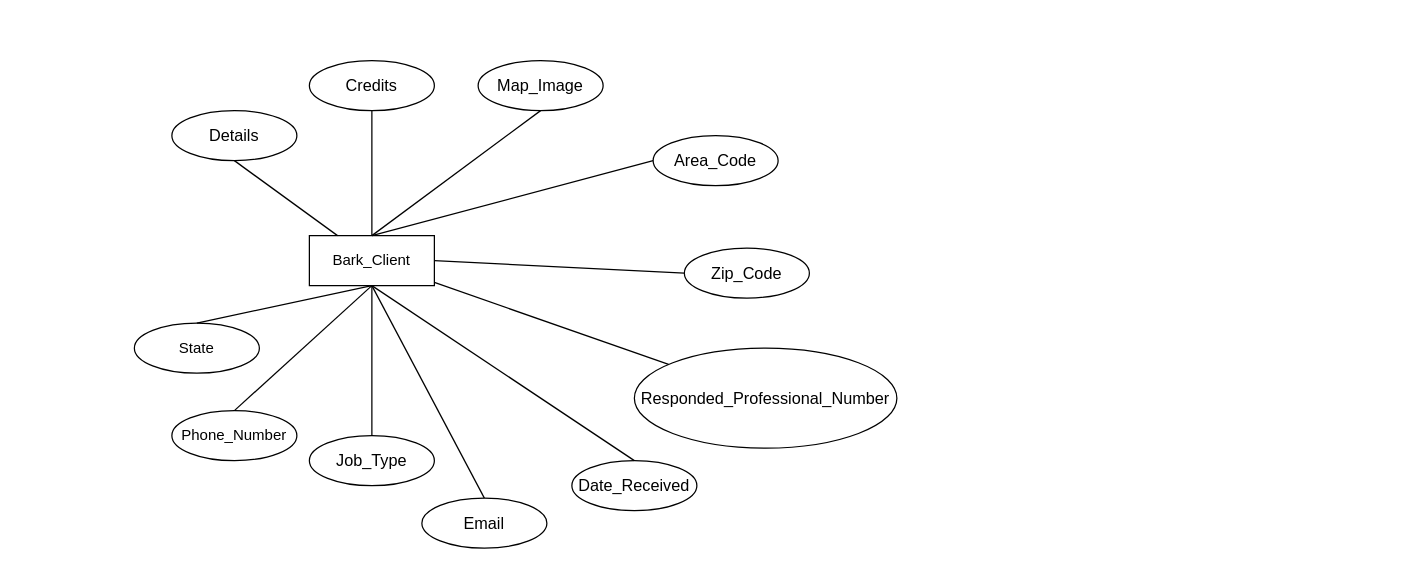
Above: Database_Schema/Epibark_Database_Schema.drawio in eamankwah250/python-bark-extractor (draw.io), before the change. Source tidied: cells renumbered, new cells numbered last; positions are measured from the earlier drawing's top-left corner, leaving out a move shared by most shapes. Both pictures are drawn from the tidied source at 125%, with x=0, y=0 at pixel (134, 60).
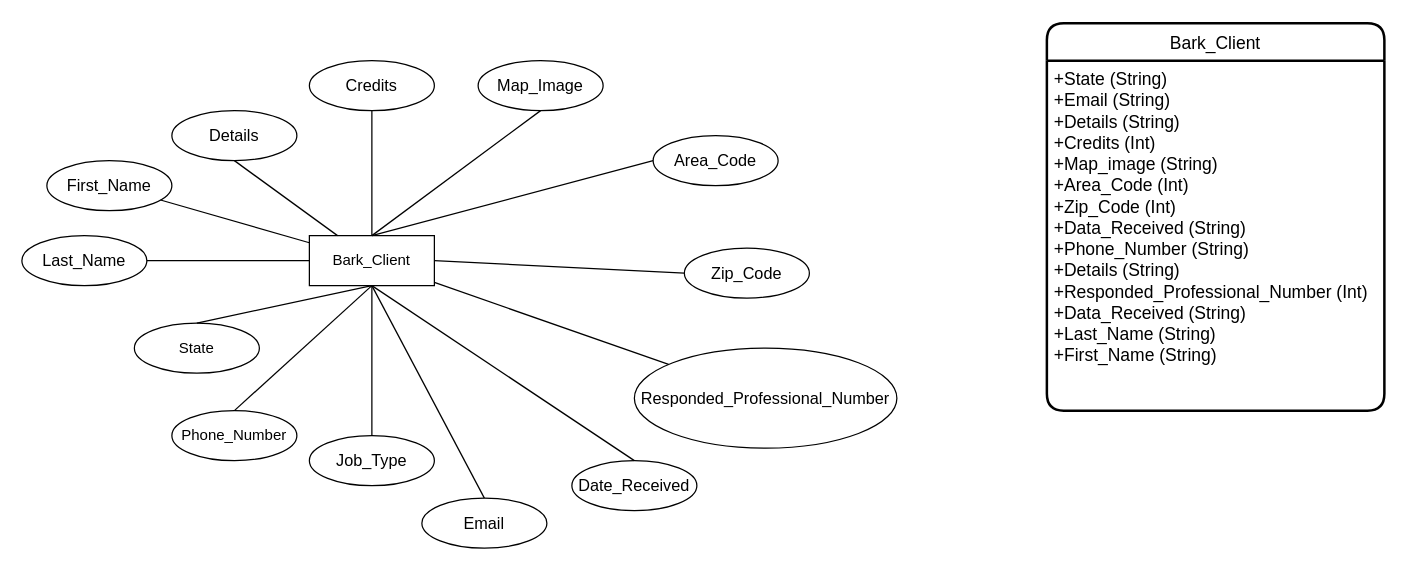
Above is the later version.

Commit message (it also covers changes not shown here):
extract first client

The change refers to these unchanged cells:
```xml
<mxCell id="2" value="Bark_Client" style="whiteSpace=wrap;html=1;align=center;" parent="1" vertex="1">
  <mxGeometry x="140" y="140" width="100" height="40" as="geometry" />
</mxCell>
```

What changed in the source:
```diff
@@
+    <mxCell id="25" value="Bark_Client" style="swimlane;horizontal=1;startSize=30;rounded=1;fontSize=14;fontStyle=0;strokeWidth=2;shadow=0;dashed=0;align=center;spacingTop=0;spacing=2;" parent="1" vertex="1">
+      <mxGeometry x="730" y="-30" width="270" height="310" as="geometry" />
+    </mxCell>
+    <mxCell id="26" value="+State (String)&#10;+Email (String)&#10;+Details (String)&#10;+Credits (Int)&#10;+Map_image (String)&#10;+Area_Code (Int)&#10;+Zip_Code (Int)&#10;+Data_Received (String)&#10;+Phone_Number (String)&#10;+Details (String)&#10;+Responded_Professional_Number (Int)&#10;+Data_Received (String)&#10;+Last_Name (String)&#10;+First_Name (String)&#10;&#10;&#10;&#10;" style="align=left;strokeColor=none;fillColor=none;spacingLeft=4;fontSize=14;verticalAlign=top;spacing=2;" parent="25" vertex="1">
+      <mxGeometry y="30" width="270" height="280" as="geometry" />
+    </mxCell>
+    <mxCell id="27" value="&lt;div style=&quot;text-align: left;&quot;&gt;&lt;font face=&quot;arial&quot;&gt;&lt;span style=&quot;font-size: 13px; background-color: rgb(255, 255, 255);&quot;&gt;First_Name&lt;/span&gt;&lt;/font&gt;&lt;/div&gt;" style="ellipse;whiteSpace=wrap;html=1;align=center;" parent="1" vertex="1">
+      <mxGeometry x="-70" y="80" width="100" height="40" as="geometry" />
+    </mxCell>
+    <mxCell id="28" style="endArrow=none;html=1;rounded=0;" parent="1" edge="1" source="27" target="2">
+      <mxGeometry relative="1" as="geometry" />
+    </mxCell>
+    <mxCell id="29" value="&lt;div style=&quot;text-align: left;&quot;&gt;&lt;font face=&quot;arial&quot;&gt;&lt;span style=&quot;font-size: 13px; background-color: rgb(255, 255, 255);&quot;&gt;Last_Name&lt;/span&gt;&lt;/font&gt;&lt;/div&gt;" style="ellipse;whiteSpace=wrap;html=1;align=center;" parent="1" vertex="1">
+      <mxGeometry x="-90" y="140" width="100" height="40" as="geometry" />
+    </mxCell>
+    <mxCell id="30" style="endArrow=none;html=1;rounded=0;entryX=0;entryY=0.5;entryDx=0;entryDy=0;" parent="1" edge="1" source="29" target="2">
+      <mxGeometry relative="1" as="geometry" />
+    </mxCell>
```
